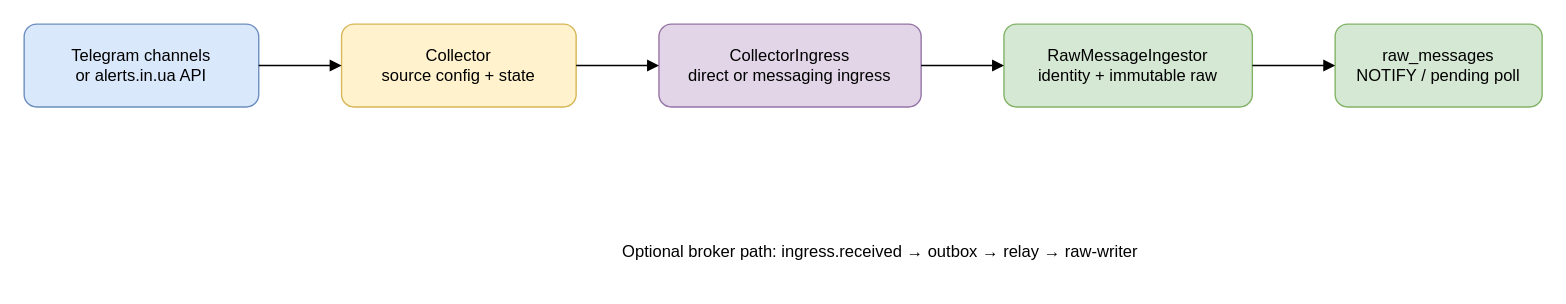
Above: docs/diagrams/ingestion-flow.drawio in sql-monk/Puluj-g (draw.io), before the change. Source tidied: cells renumbered, new cells numbered last; positions are measured from the earlier drawing's top-left corner, leaving out a move shared by most shapes. Both pictures are drawn from the tidied source at 138%, with x=0, y=0 at pixel (23, 23).
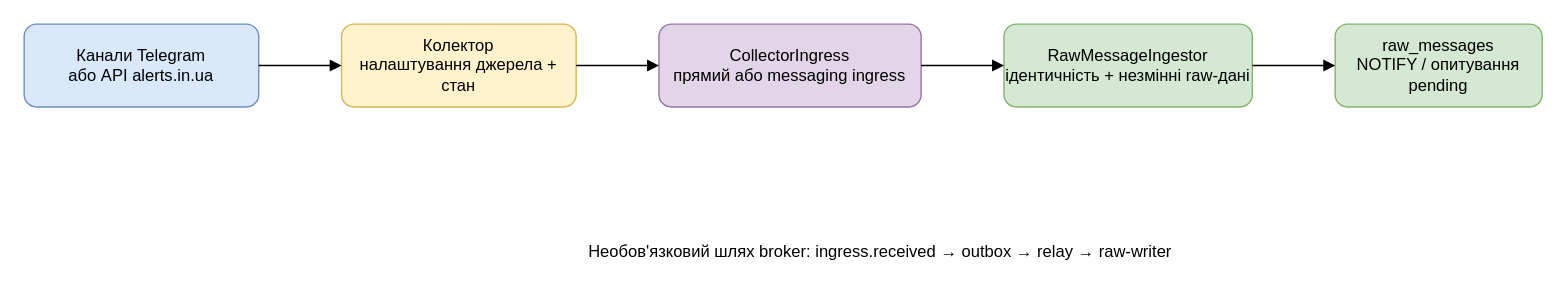
After the change.

The edit, as a diff of the source:
```diff
@@
 <mxGraphModel>
   <root>
     <mxCell id="0" />
     <mxCell id="1" parent="0" />
-    <mxCell id="2" value="Telegram channels&#10;or alerts.in.ua API" style="rounded=1;whiteSpace=wrap;html=1;fillColor=#dae8fc;strokeColor=#6c8ebf;" parent="1" vertex="1">
+    <mxCell id="2" value="Канали Telegram&#10;або API alerts.in.ua" style="rounded=1;whiteSpace=wrap;html=1;fillColor=#dae8fc;strokeColor=#6c8ebf;" parent="1" vertex="1">
       <mxGeometry width="170" height="60" as="geometry" />
     </mxCell>
-    <mxCell id="3" value="Collector&#10;source config + state" style="rounded=1;whiteSpace=wrap;html=1;fillColor=#fff2cc;strokeColor=#d6b656;" parent="1" vertex="1">
+    <mxCell id="3" value="Колектор&#10;налаштування джерела + стан" style="rounded=1;whiteSpace=wrap;html=1;fillColor=#fff2cc;strokeColor=#d6b656;" parent="1" vertex="1">
       <mxGeometry x="230" width="170" height="60" as="geometry" />
     </mxCell>
-    <mxCell id="4" value="CollectorIngress&#10;direct or messaging ingress" style="rounded=1;whiteSpace=wrap;html=1;fillColor=#e1d5e7;strokeColor=#9673a6;" parent="1" vertex="1">
+    <mxCell id="4" value="CollectorIngress&#10;прямий або messaging ingress" style="rounded=1;whiteSpace=wrap;html=1;fillColor=#e1d5e7;strokeColor=#9673a6;" parent="1" vertex="1">
       <mxGeometry x="460" width="190" height="60" as="geometry" />
     </mxCell>
-    <mxCell id="5" value="RawMessageIngestor&#10;identity + immutable raw" style="rounded=1;whiteSpace=wrap;html=1;fillColor=#d5e8d4;strokeColor=#82b366;" parent="1" vertex="1">
+    <mxCell id="5" value="RawMessageIngestor&#10;ідентичність + незмінні raw-дані" style="rounded=1;whiteSpace=wrap;html=1;fillColor=#d5e8d4;strokeColor=#82b366;" parent="1" vertex="1">
       <mxGeometry x="710" width="180" height="60" as="geometry" />
     </mxCell>
-    <mxCell id="6" value="raw_messages&#10;NOTIFY / pending poll" style="rounded=1;whiteSpace=wrap;html=1;fillColor=#d5e8d4;strokeColor=#82b366;" parent="1" vertex="1">
+    <mxCell id="6" value="raw_messages&#10;NOTIFY / опитування pending" style="rounded=1;whiteSpace=wrap;html=1;fillColor=#d5e8d4;strokeColor=#82b366;" parent="1" vertex="1">
       <mxGeometry x="950" width="150" height="60" as="geometry" />
     </mxCell>
-    <mxCell id="7" value="Optional broker path: ingress.received → outbox → relay → raw-writer" style="text;html=1;align=center;verticalAlign=middle;" parent="1" vertex="1">
+    <mxCell id="7" value="Необов'язковий шлях broker: ingress.received → outbox → relay → raw-writer" style="text;html=1;align=center;verticalAlign=middle;" parent="1" vertex="1">
       <mxGeometry x="410" y="145" width="420" height="40" as="geometry" />
     </mxCell>
-    <mxCell id="8" style="endArrow=block;html=1;" parent="1" edge="1" source="2" target="3">
+    <mxCell id="8" style="edgeStyle=orthogonalEdgeStyle;rounded=0;endArrow=block;html=1;" parent="1" edge="1" source="2" target="3">
       <mxGeometry relative="1" as="geometry" />
     </mxCell>
-    <mxCell id="9" style="endArrow=block;html=1;" parent="1" edge="1" source="3" target="4">
+    <mxCell id="9" style="edgeStyle=orthogonalEdgeStyle;rounded=0;endArrow=block;html=1;" parent="1" edge="1" source="3" target="4">
       <mxGeometry relative="1" as="geometry" />
     </mxCell>
-    <mxCell id="10" style="endArrow=block;html=1;" parent="1" edge="1" source="4" target="5">
+    <mxCell id="10" style="edgeStyle=orthogonalEdgeStyle;rounded=0;endArrow=block;html=1;" parent="1" edge="1" source="4" target="5">
       <mxGeometry relative="1" as="geometry" />
     </mxCell>
-    <mxCell id="11" style="endArrow=block;html=1;" parent="1" edge="1" source="5" target="6">
+    <mxCell id="11" style="edgeStyle=orthogonalEdgeStyle;rounded=0;endArrow=block;html=1;" parent="1" edge="1" source="5" target="6">
       <mxGeometry relative="1" as="geometry" />
     </mxCell>
   </root>
 </mxGraphModel>
```
